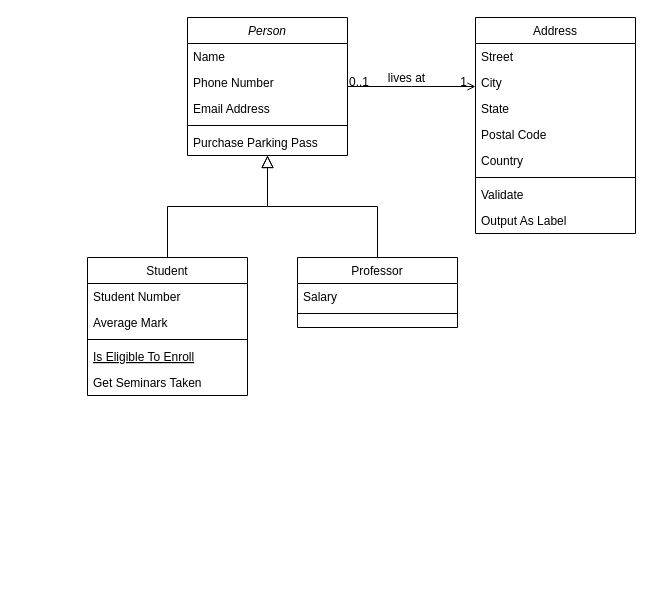
Before: Untitled Diagram.drawio in hoangks5/lam-tho-luc-bat, a draw.io diagram. Source tidied: cells renumbered, new cells numbered last; positions are measured from the earlier drawing's top-left corner, leaving out a move shared by most shapes. Both pictures are drawn from the tidied source at 100%, with x=0, y=0 at pixel (87, 17).
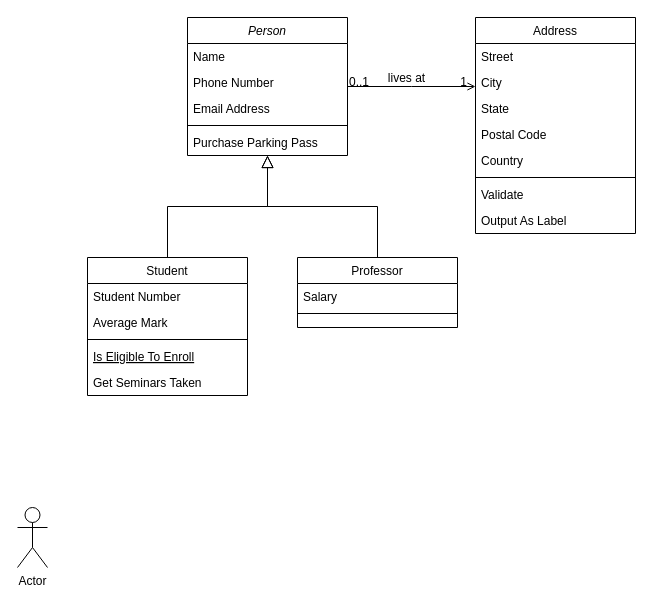
The same page after the edit.

Diff of the diagram source:
```diff
@@
+    <mxCell id="32" value="Actor" style="shape=umlActor;verticalLabelPosition=bottom;verticalAlign=top;html=1;" parent="1" vertex="1">
+      <mxGeometry x="-70" y="490" width="30" height="60" as="geometry" />
+    </mxCell>
```
